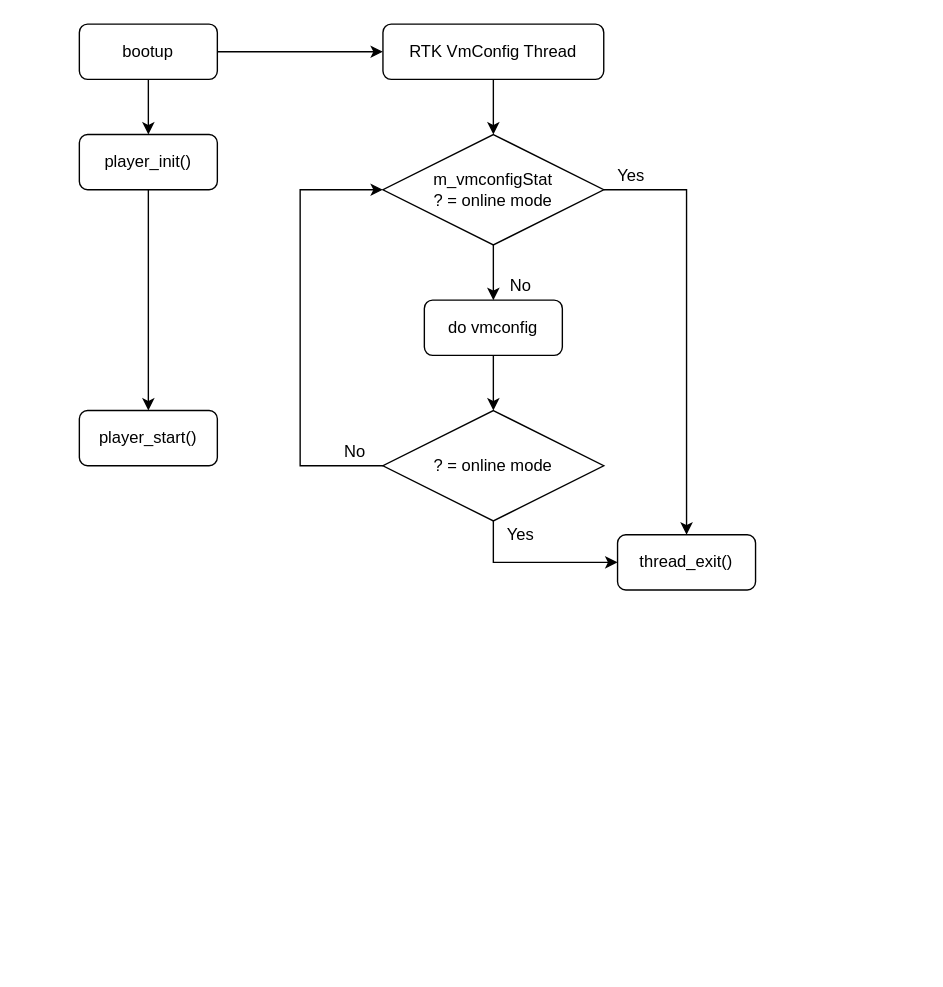
Earlier version of the draw.io diagram drm_flow.drawio (qmlsxxxx/draw.io). Source tidied: cells renumbered, new cells numbered last; positions are measured from the earlier drawing's top-left corner, leaving out a move shared by most shapes. Both pictures are drawn from the tidied source at 138%, with x=0, y=0 at pixel (79, 23).
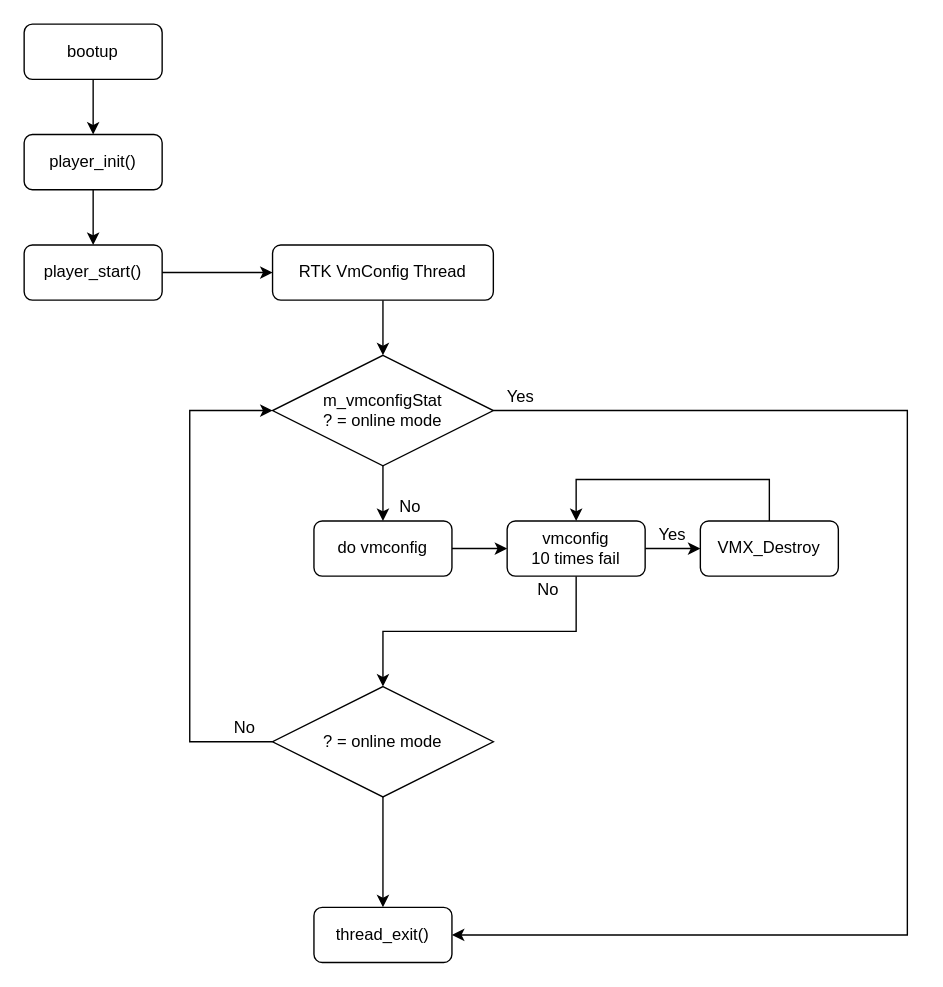
The same diagram, later.

Change to the diagram source:
```diff
@@
     <mxCell id="2" value="bootup" style="rounded=1;whiteSpace=wrap;html=1;" parent="1" vertex="1">
-      <mxGeometry width="100" height="40" as="geometry" />
+      <mxGeometry x="-40" width="100" height="40" as="geometry" />
     </mxCell>
@@
     <mxCell id="5" value="player_init()" style="rounded=1;whiteSpace=wrap;html=1;" parent="1" vertex="1">
-      <mxGeometry y="80" width="100" height="40" as="geometry" />
+      <mxGeometry x="-40" y="80" width="100" height="40" as="geometry" />
     </mxCell>
     <mxCell id="6" value="player_start()" style="rounded=1;whiteSpace=wrap;html=1;" parent="1" vertex="1">
-      <mxGeometry y="280" width="100" height="40" as="geometry" />
+      <mxGeometry x="-40" y="160" width="100" height="40" as="geometry" />
     </mxCell>
-    <mxCell id="7" style="endArrow=classic;html=1;exitX=1;exitY=0.5;exitDx=0;exitDy=0;entryX=0;entryY=0.5;entryDx=0;entryDy=0;" parent="1" edge="1" source="2" target="9">
+    <mxCell id="7" style="endArrow=classic;html=1;exitX=1;exitY=0.5;exitDx=0;exitDy=0;entryX=0;entryY=0.5;entryDx=0;entryDy=0;" parent="1" edge="1" source="6" target="9">
       <mxGeometry relative="1" as="geometry" />
     </mxCell>
     <mxCell id="8" style="edgeStyle=orthogonalEdgeStyle;rounded=0;jettySize=auto;html=1;" parent="1" edge="1" source="9">
       <mxGeometry relative="1" as="geometry">
-        <mxPoint x="300" y="80" as="targetPoint" />
+        <mxPoint x="220" y="240" as="targetPoint" />
       </mxGeometry>
     </mxCell>
     <mxCell id="9" value="RTK VmConfig Thread" style="rounded=1;whiteSpace=wrap;html=1;" parent="1" vertex="1">
-      <mxGeometry x="220" width="160" height="40" as="geometry" />
+      <mxGeometry x="140" y="160" width="160" height="40" as="geometry" />
     </mxCell>
@@
     <mxCell id="11" value="m_vmconfigStat&lt;br&gt;? = online mode" style="rhombus;whiteSpace=wrap;html=1;" parent="1" vertex="1">
-      <mxGeometry x="220" y="80" width="160" height="80" as="geometry" />
+      <mxGeometry x="140" y="240" width="160" height="80" as="geometry" />
     </mxCell>
-    <mxCell id="12" style="edgeStyle=orthogonalEdgeStyle;rounded=0;jettySize=auto;html=1;exitX=0;exitY=1;exitDx=0;exitDy=0;entryX=0.5;entryY=0;entryDx=0;entryDy=0;" parent="1" edge="1" source="13" target="19">
+    <mxCell id="12" style="edgeStyle=orthogonalEdgeStyle;rounded=0;jettySize=auto;html=1;exitX=0;exitY=1;exitDx=0;exitDy=0;entryX=1;entryY=0.5;entryDx=0;entryDy=0;" parent="1" edge="1" source="13" target="19">
       <mxGeometry relative="1" as="geometry">
         <Array as="points">
-          <mxPoint x="440" y="120" />
+          <mxPoint x="600" y="280" />
+          <mxPoint x="600" y="660" />
         </Array>
       </mxGeometry>
     </mxCell>
     <mxCell id="13" value="Yes" style="text;html=1;strokeColor=none;fillColor=none;align=center;verticalAlign=middle;whiteSpace=wrap;rounded=0;" parent="1" vertex="1">
-      <mxGeometry x="380" y="100" width="40" height="20" as="geometry" />
+      <mxGeometry x="300" y="260" width="40" height="20" as="geometry" />
     </mxCell>
-    <mxCell id="14" style="edgeStyle=orthogonalEdgeStyle;rounded=0;jettySize=auto;html=1;" parent="1" edge="1" source="15">
-      <mxGeometry relative="1" as="geometry">
-        <mxPoint x="300" y="280" as="targetPoint" />
-      </mxGeometry>
-    </mxCell>
+    <mxCell id="23" style="edgeStyle=orthogonalEdgeStyle;rounded=0;jettySize=auto;html=1;entryX=0;entryY=0.5;entryDx=0;entryDy=0;" parent="1" edge="1" source="15" target="26">
+      <mxGeometry relative="1" as="geometry" />
+    </mxCell>
     <mxCell id="15" value="do vmconfig" style="rounded=1;whiteSpace=wrap;html=1;" parent="1" vertex="1">
-      <mxGeometry x="250" y="200" width="100" height="40" as="geometry" />
+      <mxGeometry x="170" y="360" width="100" height="40" as="geometry" />
     </mxCell>
-    <mxCell id="16" style="edgeStyle=orthogonalEdgeStyle;rounded=0;jettySize=auto;html=1;entryX=0;entryY=0.5;entryDx=0;entryDy=0;" parent="1" edge="1" source="18" target="19">
+    <mxCell id="16" style="edgeStyle=orthogonalEdgeStyle;rounded=0;jettySize=auto;html=1;" parent="1" edge="1" source="18">
       <mxGeometry relative="1" as="geometry">
+        <mxPoint x="220" y="640" as="targetPoint" />
         <Array as="points">
-          <mxPoint x="300" y="390" />
+          <mxPoint x="220" y="500" />
         </Array>
       </mxGeometry>
     </mxCell>
-    <mxCell id="17" style="edgeStyle=orthogonalEdgeStyle;rounded=0;jettySize=auto;html=1;entryX=0;entryY=0.5;entryDx=0;entryDy=0;" parent="1" edge="1" source="18" target="11">
+    <mxCell id="17" style="edgeStyle=orthogonalEdgeStyle;rounded=0;jettySize=auto;html=1;entryX=0;entryY=0.5;entryDx=0;entryDy=0;exitX=0;exitY=0.5;exitDx=0;exitDy=0;" parent="1" edge="1" source="18" target="11">
       <mxGeometry relative="1" as="geometry">
         <Array as="points">
-          <mxPoint x="160" y="320" />
-          <mxPoint x="160" y="120" />
+          <mxPoint x="80" y="520" />
+          <mxPoint x="80" y="280" />
         </Array>
       </mxGeometry>
     </mxCell>
     <mxCell id="18" value="? = online mode" style="rhombus;whiteSpace=wrap;html=1;" parent="1" vertex="1">
-      <mxGeometry x="220" y="280" width="160" height="80" as="geometry" />
+      <mxGeometry x="140" y="480" width="160" height="80" as="geometry" />
     </mxCell>
     <mxCell id="19" value="thread_exit()" style="rounded=1;whiteSpace=wrap;html=1;" parent="1" vertex="1">
-      <mxGeometry x="390" y="370" width="100" height="40" as="geometry" />
+      <mxGeometry x="170" y="640" width="100" height="40" as="geometry" />
     </mxCell>
     <mxCell id="20" value="Yes" style="text;html=1;strokeColor=none;fillColor=none;align=center;verticalAlign=middle;whiteSpace=wrap;rounded=0;" parent="1" vertex="1">
-      <mxGeometry x="300" y="360" width="40" height="20" as="geometry" />
+      <mxGeometry x="410" y="360" width="40" height="20" as="geometry" />
     </mxCell>
     <mxCell id="21" value="No" style="text;html=1;strokeColor=none;fillColor=none;align=center;verticalAlign=middle;whiteSpace=wrap;rounded=0;" parent="1" vertex="1">
-      <mxGeometry x="300" y="180" width="40" height="20" as="geometry" />
+      <mxGeometry x="220" y="340" width="40" height="20" as="geometry" />
     </mxCell>
     <mxCell id="22" value="No" style="text;html=1;strokeColor=none;fillColor=none;align=center;verticalAlign=middle;whiteSpace=wrap;rounded=0;" parent="1" vertex="1">
-      <mxGeometry x="180" y="300" width="40" height="20" as="geometry" />
+      <mxGeometry x="100" y="500" width="40" height="20" as="geometry" />
     </mxCell>
+    <mxCell id="24" style="edgeStyle=orthogonalEdgeStyle;rounded=0;jettySize=auto;html=1;entryX=0;entryY=0.5;entryDx=0;entryDy=0;" parent="1" edge="1" source="26" target="28">
+      <mxGeometry relative="1" as="geometry" />
+    </mxCell>
+    <mxCell id="25" style="edgeStyle=orthogonalEdgeStyle;rounded=0;jettySize=auto;html=1;" parent="1" edge="1" source="26" target="18">
+      <mxGeometry relative="1" as="geometry">
+        <Array as="points">
+          <mxPoint x="360" y="440" />
+          <mxPoint x="220" y="440" />
+        </Array>
+      </mxGeometry>
+    </mxCell>
+    <mxCell id="26" value="vmconfig &lt;br&gt;10 times fail" style="rounded=1;whiteSpace=wrap;html=1;" parent="1" vertex="1">
+      <mxGeometry x="310" y="360" width="100" height="40" as="geometry" />
+    </mxCell>
+    <mxCell id="27" style="edgeStyle=orthogonalEdgeStyle;rounded=0;jettySize=auto;html=1;entryX=0.5;entryY=0;entryDx=0;entryDy=0;" parent="1" edge="1" source="28" target="26">
+      <mxGeometry relative="1" as="geometry">
+        <Array as="points">
+          <mxPoint x="500" y="330" />
+          <mxPoint x="360" y="330" />
+        </Array>
+      </mxGeometry>
+    </mxCell>
+    <mxCell id="28" value="VMX_Destroy" style="rounded=1;whiteSpace=wrap;html=1;" parent="1" vertex="1">
+      <mxGeometry x="450" y="360" width="100" height="40" as="geometry" />
+    </mxCell>
+    <mxCell id="29" value="No" style="text;html=1;strokeColor=none;fillColor=none;align=center;verticalAlign=middle;whiteSpace=wrap;rounded=0;" parent="1" vertex="1">
+      <mxGeometry x="320" y="400" width="40" height="20" as="geometry" />
+    </mxCell>
```
